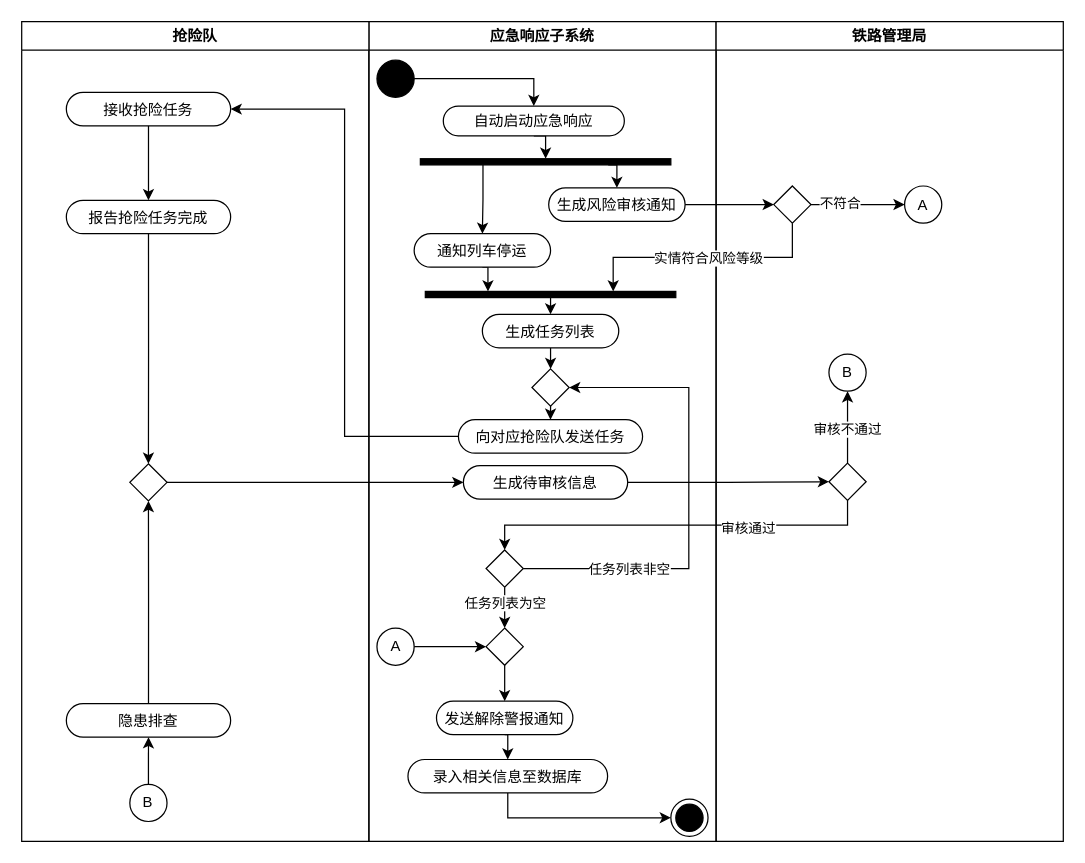
Earlier version of the draw.io diagram 活动图3.drawio (Lxlorange/drawio). Source tidied: cells renumbered, new cells numbered last; positions are measured from the earlier drawing's top-left corner, leaving out a move shared by most shapes. Both pictures are drawn from the tidied source at 124%, with x=0, y=0 at pixel (21, 21).
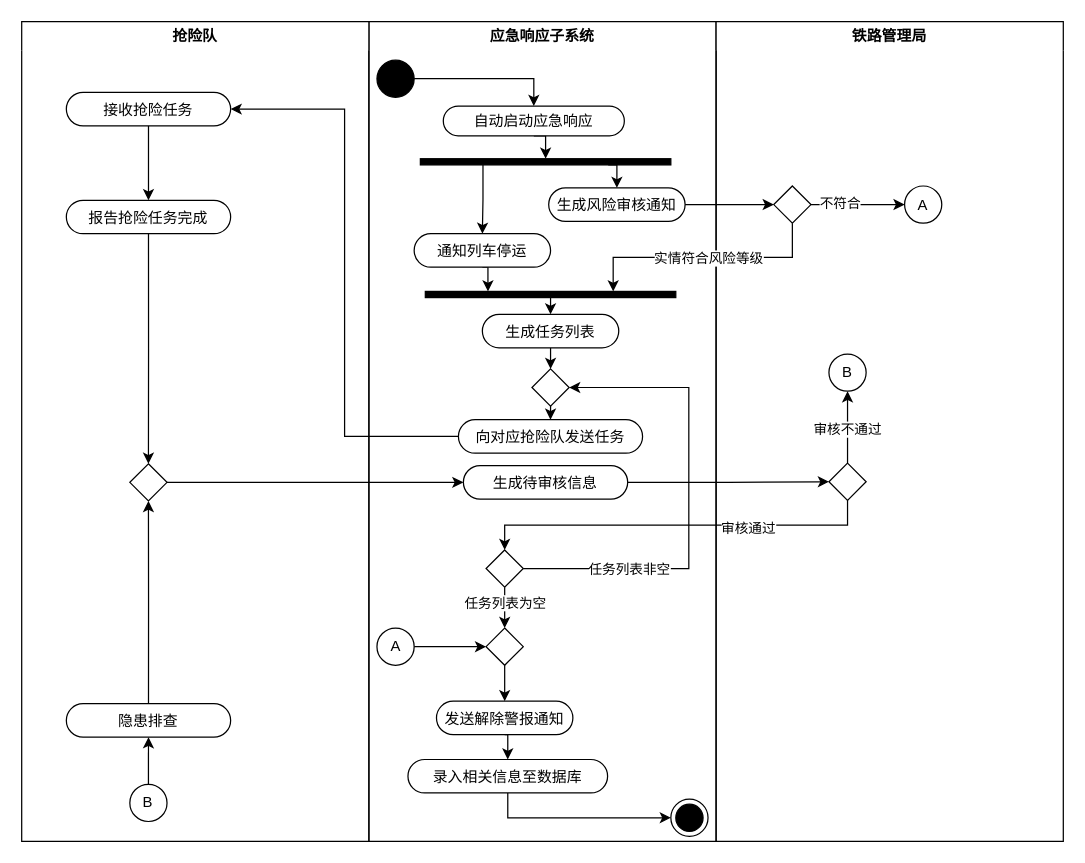
The same page after the edit.

Change to the diagram source:
```diff
@@
-    <mxCell id="2" value="应急响应子系统" style="swimlane;whiteSpace=wrap;startSize=23;" parent="1" vertex="1">
+    <mxCell id="2" value="应急响应子系统" style="swimlane;whiteSpace=wrap;startSize=23;strokeColor=default;swimlaneLine=0;" parent="1" vertex="1">
       <mxGeometry x="280" width="280" height="661" as="geometry" />
     </mxCell>
@@
-    <mxCell id="12" value="抢险队" style="swimlane;whiteSpace=wrap;" parent="2" vertex="1">
+    <mxCell id="12" value="抢险队" style="swimlane;whiteSpace=wrap;swimlaneLine=0;" parent="2" vertex="1">
       <mxGeometry x="-280" width="280" height="661" as="geometry" />
     </mxCell>
@@
-    <mxCell id="47" value="铁路管理局" style="swimlane;whiteSpace=wrap;" parent="1" vertex="1">
+    <mxCell id="47" value="铁路管理局" style="swimlane;whiteSpace=wrap;swimlaneLine=0;" parent="1" vertex="1">
       <mxGeometry x="560" width="280" height="661" as="geometry" />
     </mxCell>
```
